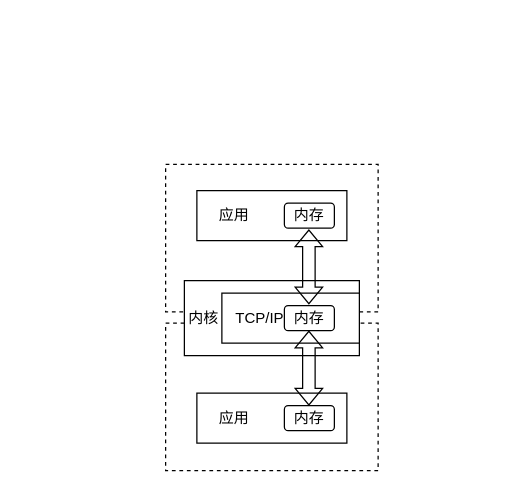
Earlier version of the draw.io diagram Img/TCP_IP通信.drawio (segzix/jiajiaDissertation). Source tidied: cells renumbered, new cells numbered last; positions are measured from the earlier drawing's top-left corner, leaving out a move shared by most shapes. Both pictures are drawn from the tidied source at 125%, with x=0, y=0 at pixel (165, 164).
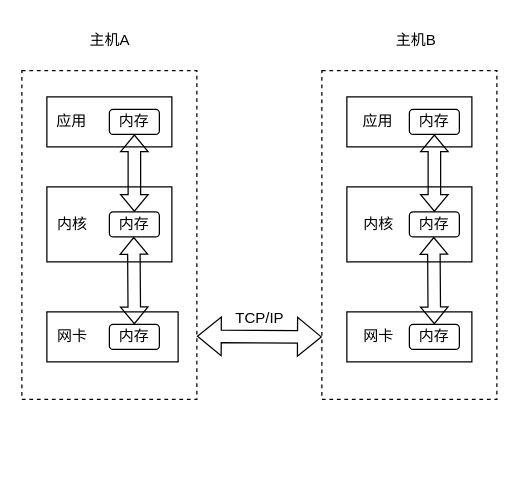
The same page after the edit.

Change to the diagram source:
```diff
@@
-    <mxCell id="2" style="rounded=0;whiteSpace=wrap;html=1;dashed=1;" parent="1" vertex="1">
-      <mxGeometry y="127" width="170" height="118" as="geometry" />
-    </mxCell>
-    <mxCell id="3" style="rounded=0;whiteSpace=wrap;html=1;dashed=1;" parent="1" vertex="1">
-      <mxGeometry width="170" height="118" as="geometry" />
-    </mxCell>
-    <mxCell id="4" style="rounded=0;whiteSpace=wrap;html=1;" parent="1" vertex="1">
-      <mxGeometry x="25" y="21" width="120" height="40" as="geometry" />
-    </mxCell>
-    <mxCell id="5" value="内存" style="rounded=1;whiteSpace=wrap;html=1;" parent="1" vertex="1">
-      <mxGeometry x="95" y="31" width="40" height="20" as="geometry" />
-    </mxCell>
-    <mxCell id="6" style="rounded=0;whiteSpace=wrap;html=1;" parent="1" vertex="1">
-      <mxGeometry x="15" y="93" width="140" height="60" as="geometry" />
-    </mxCell>
-    <mxCell id="7" value="应用" style="text;html=1;align=center;verticalAlign=middle;whiteSpace=wrap;rounded=0;" parent="1" vertex="1">
-      <mxGeometry x="25" y="26" width="60" height="30" as="geometry" />
-    </mxCell>
-    <mxCell id="8" value="内核" style="text;html=1;align=center;verticalAlign=middle;strokeColor=none;fillColor=none;" parent="1" vertex="1">
-      <mxGeometry x="5" y="108" width="50" height="30" as="geometry" />
-    </mxCell>
-    <mxCell id="9" style="rounded=0;whiteSpace=wrap;html=1;" parent="1" vertex="1">
-      <mxGeometry x="45" y="103" width="110" height="40" as="geometry" />
-    </mxCell>
+    <mxCell id="17" style="rounded=0;whiteSpace=wrap;html=1;dashed=1;" parent="1" vertex="1">
+      <mxGeometry x="-115" y="-75" width="140" height="263" as="geometry" />
+    </mxCell>
+    <mxCell id="18" style="rounded=0;whiteSpace=wrap;html=1;" parent="1" vertex="1">
+      <mxGeometry x="-95" y="-54" width="100" height="40" as="geometry" />
+    </mxCell>
+    <mxCell id="19" value="内存" style="rounded=1;whiteSpace=wrap;html=1;" parent="1" vertex="1">
+      <mxGeometry x="-45" y="-44" width="40" height="20" as="geometry" />
+    </mxCell>
+    <mxCell id="20" style="rounded=0;whiteSpace=wrap;html=1;" parent="1" vertex="1">
+      <mxGeometry x="-95" y="18" width="100" height="60" as="geometry" />
+    </mxCell>
+    <mxCell id="21" value="应用" style="text;html=1;align=center;verticalAlign=middle;whiteSpace=wrap;rounded=0;" parent="1" vertex="1">
+      <mxGeometry x="-105" y="-49" width="60" height="30" as="geometry" />
+    </mxCell>
+    <mxCell id="22" value="内核" style="text;html=1;align=center;verticalAlign=middle;strokeColor=none;fillColor=none;" parent="1" vertex="1">
+      <mxGeometry x="-100" y="33" width="50" height="30" as="geometry" />
+    </mxCell>
+    <mxCell id="23" style="rounded=0;whiteSpace=wrap;html=1;" parent="1" vertex="1">
+      <mxGeometry x="-95" y="118" width="105" height="40" as="geometry" />
+    </mxCell>
+    <mxCell id="24" value="内存" style="rounded=1;whiteSpace=wrap;html=1;" parent="1" vertex="1">
+      <mxGeometry x="-45" y="128" width="40" height="20" as="geometry" />
+    </mxCell>
+    <mxCell id="25" style="shape=flexArrow;endArrow=classic;startArrow=classic;html=1;rounded=0;endWidth=10.980392156862745;endSize=4.125490196078432;startWidth=10.980392156862745;startSize=4.125490196078432;entryX=0.5;entryY=1;entryDx=0;entryDy=0;" parent="1" edge="1" target="19">
+      <mxGeometry relative="1" as="geometry">
+        <mxPoint x="-25" y="38" as="sourcePoint" />
+      </mxGeometry>
+    </mxCell>
+    <mxCell id="26" style="rounded=0;whiteSpace=wrap;html=1;dashed=1;" parent="1" vertex="1">
+      <mxGeometry x="125" y="-75" width="140" height="263" as="geometry" />
+    </mxCell>
+    <mxCell id="27" style="rounded=0;whiteSpace=wrap;html=1;" parent="1" vertex="1">
+      <mxGeometry x="145" y="-54" width="100" height="40" as="geometry" />
+    </mxCell>
+    <mxCell id="28" value="内存" style="rounded=1;whiteSpace=wrap;html=1;" parent="1" vertex="1">
+      <mxGeometry x="195" y="-44" width="40" height="20" as="geometry" />
+    </mxCell>
+    <mxCell id="29" style="rounded=0;whiteSpace=wrap;html=1;" parent="1" vertex="1">
+      <mxGeometry x="145" y="18" width="100" height="60" as="geometry" />
+    </mxCell>
+    <mxCell id="30" value="应用" style="text;html=1;align=center;verticalAlign=middle;whiteSpace=wrap;rounded=0;" parent="1" vertex="1">
+      <mxGeometry x="140" y="-49" width="60" height="30" as="geometry" />
+    </mxCell>
+    <mxCell id="31" value="内核" style="text;html=1;align=center;verticalAlign=middle;strokeColor=none;fillColor=none;" parent="1" vertex="1">
+      <mxGeometry x="145" y="33" width="50" height="30" as="geometry" />
+    </mxCell>
+    <mxCell id="32" style="rounded=0;whiteSpace=wrap;html=1;" parent="1" vertex="1">
+      <mxGeometry x="145" y="118" width="100" height="40" as="geometry" />
+    </mxCell>
+    <mxCell id="33" value="内存" style="rounded=1;whiteSpace=wrap;html=1;" parent="1" vertex="1">
+      <mxGeometry x="195" y="128" width="40" height="20" as="geometry" />
+    </mxCell>
+    <mxCell id="34" style="shape=flexArrow;endArrow=classic;startArrow=classic;html=1;rounded=0;" parent="1" edge="1">
+      <mxGeometry relative="1" as="geometry">
+        <mxPoint x="25" y="137.5" as="sourcePoint" />
+        <mxPoint x="125" y="138" as="targetPoint" />
+      </mxGeometry>
+    </mxCell>
@@
-    <mxCell id="11" value="内存" style="rounded=1;whiteSpace=wrap;html=1;" parent="1" vertex="1">
-      <mxGeometry x="95" y="113" width="40" height="20" as="geometry" />
-    </mxCell>
-    <mxCell id="12" style="rounded=0;whiteSpace=wrap;html=1;" parent="1" vertex="1">
-      <mxGeometry x="25" y="183" width="120" height="40" as="geometry" />
-    </mxCell>
-    <mxCell id="13" value="内存" style="rounded=1;whiteSpace=wrap;html=1;" parent="1" vertex="1">
-      <mxGeometry x="95" y="193" width="40" height="20" as="geometry" />
-    </mxCell>
-    <mxCell id="14" value="应用" style="text;html=1;align=center;verticalAlign=middle;whiteSpace=wrap;rounded=0;" parent="1" vertex="1">
-      <mxGeometry x="25" y="188" width="60" height="30" as="geometry" />
-    </mxCell>
-    <mxCell id="15" style="shape=flexArrow;endArrow=classic;startArrow=classic;html=1;rounded=0;endWidth=10.980392156862745;endSize=4.125490196078432;startWidth=10.980392156862745;startSize=4.125490196078432;" parent="1" edge="1">
-      <mxGeometry relative="1" as="geometry">
-        <mxPoint x="114.6" y="112" as="sourcePoint" />
-        <mxPoint x="114.6" y="52" as="targetPoint" />
-      </mxGeometry>
-    </mxCell>
-    <mxCell id="16" style="shape=flexArrow;endArrow=classic;startArrow=classic;html=1;rounded=0;endWidth=10.980392156862745;endSize=4.125490196078432;startWidth=10.980392156862745;startSize=4.125490196078432;" parent="1" edge="1">
-      <mxGeometry relative="1" as="geometry">
-        <mxPoint x="114.6" y="193" as="sourcePoint" />
-        <mxPoint x="114.6" y="133" as="targetPoint" />
-      </mxGeometry>
-    </mxCell>
+    <mxCell id="35" value="主机A" style="text;html=1;align=center;verticalAlign=middle;strokeColor=none;fillColor=none;" parent="1" vertex="1">
+      <mxGeometry x="-75" y="-114" width="60" height="30" as="geometry" />
+    </mxCell>
+    <mxCell id="36" value="主机B" style="text;html=1;align=center;verticalAlign=middle;strokeColor=none;fillColor=none;" parent="1" vertex="1">
+      <mxGeometry x="170" y="-114" width="60" height="30" as="geometry" />
+    </mxCell>
+    <mxCell id="37" value="内存" style="rounded=1;whiteSpace=wrap;html=1;" parent="1" vertex="1">
+      <mxGeometry x="-45" y="38" width="40" height="20" as="geometry" />
+    </mxCell>
+    <mxCell id="38" style="shape=flexArrow;endArrow=classic;startArrow=classic;html=1;rounded=0;endWidth=10.980392156862745;endSize=4.125490196078432;startWidth=10.980392156862745;startSize=4.125490196078432;entryX=0.5;entryY=1;entryDx=0;entryDy=0;exitX=0.5;exitY=0;exitDx=0;exitDy=0;" parent="1" edge="1" source="24">
+      <mxGeometry relative="1" as="geometry">
+        <mxPoint x="-25.5" y="58" as="targetPoint" />
+      </mxGeometry>
+    </mxCell>
+    <mxCell id="39" style="shape=flexArrow;endArrow=classic;startArrow=classic;html=1;rounded=0;endWidth=10.980392156862745;endSize=4.125490196078432;startWidth=10.980392156862745;startSize=4.125490196078432;entryX=0.5;entryY=1;entryDx=0;entryDy=0;" parent="1" edge="1">
+      <mxGeometry relative="1" as="geometry">
+        <mxPoint x="215" y="38" as="sourcePoint" />
+        <mxPoint x="215" y="-24" as="targetPoint" />
+      </mxGeometry>
+    </mxCell>
+    <mxCell id="40" value="内存" style="rounded=1;whiteSpace=wrap;html=1;" parent="1" vertex="1">
+      <mxGeometry x="195" y="38" width="40" height="20" as="geometry" />
+    </mxCell>
+    <mxCell id="41" style="shape=flexArrow;endArrow=classic;startArrow=classic;html=1;rounded=0;endWidth=10.980392156862745;endSize=4.125490196078432;startWidth=10.980392156862745;startSize=4.125490196078432;entryX=0.5;entryY=1;entryDx=0;entryDy=0;exitX=0.5;exitY=0;exitDx=0;exitDy=0;" parent="1" edge="1">
+      <mxGeometry relative="1" as="geometry">
+        <mxPoint x="215" y="128" as="sourcePoint" />
+        <mxPoint x="214.5" y="58" as="targetPoint" />
+      </mxGeometry>
+    </mxCell>
+    <mxCell id="42" value="网卡" style="text;html=1;align=center;verticalAlign=middle;strokeColor=none;fillColor=none;" parent="1" vertex="1">
+      <mxGeometry x="-100" y="123" width="50" height="30" as="geometry" />
+    </mxCell>
+    <mxCell id="43" value="网卡" style="text;html=1;align=center;verticalAlign=middle;strokeColor=none;fillColor=none;" parent="1" vertex="1">
+      <mxGeometry x="145" y="123" width="50" height="30" as="geometry" />
+    </mxCell>
```
